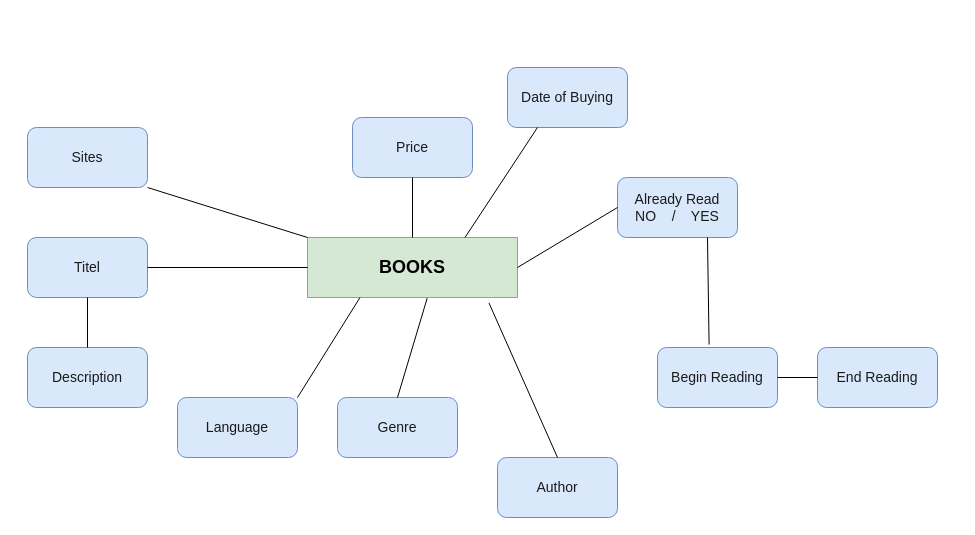
Before: page "Page-2" (2 of 3) of Home_Library.drawio in Queeen520/DATABASE_PLANNING, a draw.io diagram. Source tidied: cells renumbered, new cells numbered last; positions are measured from the earlier drawing's top-left corner, leaving out a move shared by most shapes. Both pictures are drawn from the tidied source at 100%, with x=0, y=0 at pixel (27, 67).
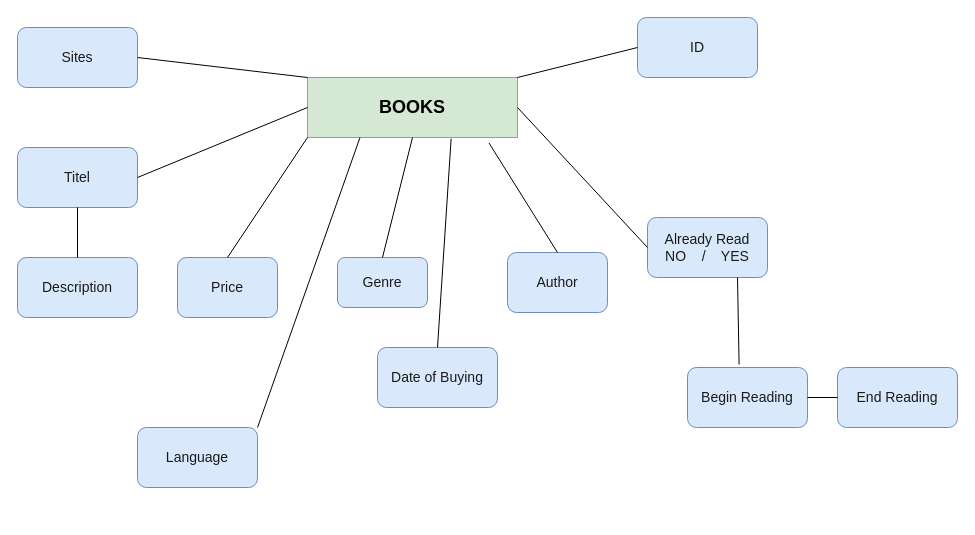
Above is the later version.

What changed in the source:
```diff
@@
     <mxCell id="2" value="&lt;font color=&quot;#1a1a1a&quot; style=&quot;font-size: 14px&quot;&gt;Titel&lt;/font&gt;" style="rounded=1;whiteSpace=wrap;html=1;fontSize=12;fillColor=#dae8fc;strokeColor=#6c8ebf;" parent="1" vertex="1">
-      <mxGeometry y="170" width="120" height="60" as="geometry" />
+      <mxGeometry x="-10" y="80" width="120" height="60" as="geometry" />
     </mxCell>
     <mxCell id="3" value="&lt;font color=&quot;#1a1a1a&quot; style=&quot;font-size: 14px&quot;&gt;Genre&lt;/font&gt;" style="rounded=1;whiteSpace=wrap;html=1;fontSize=12;fillColor=#dae8fc;strokeColor=#6c8ebf;" parent="1" vertex="1">
-      <mxGeometry x="310" y="330" width="120" height="60" as="geometry" />
+      <mxGeometry x="310" y="190" width="90" height="50" as="geometry" />
     </mxCell>
     <mxCell id="4" value="&lt;font color=&quot;#1a1a1a&quot; style=&quot;font-size: 14px&quot;&gt;Sites&lt;/font&gt;" style="rounded=1;whiteSpace=wrap;html=1;fontSize=12;fillColor=#dae8fc;strokeColor=#6c8ebf;" parent="1" vertex="1">
-      <mxGeometry y="60" width="120" height="60" as="geometry" />
+      <mxGeometry x="-10" y="-40" width="120" height="60" as="geometry" />
     </mxCell>
     <mxCell id="5" value="&lt;font color=&quot;#1a1a1a&quot;&gt;&lt;span style=&quot;font-size: 14px&quot;&gt;Language&lt;/span&gt;&lt;/font&gt;" style="rounded=1;whiteSpace=wrap;html=1;fontSize=12;fillColor=#dae8fc;strokeColor=#6c8ebf;" parent="1" vertex="1">
-      <mxGeometry x="150" y="330" width="120" height="60" as="geometry" />
+      <mxGeometry x="110" y="360" width="120" height="60" as="geometry" />
     </mxCell>
     <mxCell id="6" value="&lt;font color=&quot;#1a1a1a&quot; style=&quot;font-size: 14px&quot;&gt;Author&lt;/font&gt;" style="rounded=1;whiteSpace=wrap;html=1;fontSize=12;fillColor=#dae8fc;strokeColor=#6c8ebf;" parent="1" vertex="1">
-      <mxGeometry x="470" y="390" width="120" height="60" as="geometry" />
+      <mxGeometry x="480" y="185" width="100" height="60" as="geometry" />
     </mxCell>
     <mxCell id="7" value="&lt;font color=&quot;#000000&quot; style=&quot;font-size: 18px&quot;&gt;&lt;b&gt;BOOKS&lt;/b&gt;&lt;/font&gt;" style="rounded=0;whiteSpace=wrap;html=1;fontSize=14;fillColor=#d5e8d4;strokeColor=#82b366;" parent="1" vertex="1">
-      <mxGeometry x="280" y="170" width="210" height="60" as="geometry" />
+      <mxGeometry x="280" y="10" width="210" height="60" as="geometry" />
     </mxCell>
     <mxCell id="8" value="&lt;font color=&quot;#1a1a1a&quot; style=&quot;font-size: 14px&quot;&gt;Date of Buying&lt;/font&gt;" style="rounded=1;whiteSpace=wrap;html=1;fontSize=12;fillColor=#dae8fc;strokeColor=#6c8ebf;" parent="1" vertex="1">
-      <mxGeometry x="480" width="120" height="60" as="geometry" />
+      <mxGeometry x="350" y="280" width="120" height="60" as="geometry" />
     </mxCell>
     <mxCell id="9" value="&lt;font color=&quot;#1a1a1a&quot; style=&quot;font-size: 14px&quot;&gt;Already Read&lt;br&gt;NO&amp;nbsp; &amp;nbsp; /&amp;nbsp; &amp;nbsp; YES&lt;br&gt;&lt;/font&gt;" style="rounded=1;whiteSpace=wrap;html=1;fontSize=12;fillColor=#dae8fc;strokeColor=#6c8ebf;" parent="1" vertex="1">
-      <mxGeometry x="590" y="110" width="120" height="60" as="geometry" />
+      <mxGeometry x="620" y="150" width="120" height="60" as="geometry" />
     </mxCell>
     <mxCell id="10" value="&lt;font color=&quot;#1a1a1a&quot; style=&quot;font-size: 14px&quot;&gt;Begin Reading&lt;/font&gt;" style="rounded=1;whiteSpace=wrap;html=1;fontSize=12;fillColor=#dae8fc;strokeColor=#6c8ebf;" parent="1" vertex="1">
-      <mxGeometry x="630" y="280" width="120" height="60" as="geometry" />
+      <mxGeometry x="660" y="300" width="120" height="60" as="geometry" />
     </mxCell>
     <mxCell id="11" value="&lt;font color=&quot;#1a1a1a&quot; style=&quot;font-size: 14px&quot;&gt;End Reading&lt;/font&gt;" style="rounded=1;whiteSpace=wrap;html=1;fontSize=12;fillColor=#dae8fc;strokeColor=#6c8ebf;" parent="1" vertex="1">
-      <mxGeometry x="790" y="280" width="120" height="60" as="geometry" />
+      <mxGeometry x="810" y="300" width="120" height="60" as="geometry" />
     </mxCell>
     <mxCell id="12" value="&lt;font color=&quot;#1a1a1a&quot; style=&quot;font-size: 14px&quot;&gt;Price&lt;/font&gt;" style="rounded=1;whiteSpace=wrap;html=1;fontSize=12;fillColor=#dae8fc;strokeColor=#6c8ebf;" parent="1" vertex="1">
-      <mxGeometry x="325" y="50" width="120" height="60" as="geometry" />
+      <mxGeometry x="150" y="190" width="100" height="60" as="geometry" />
     </mxCell>
     <mxCell id="13" value="&lt;font color=&quot;#1a1a1a&quot; style=&quot;font-size: 14px&quot;&gt;Description&lt;/font&gt;" style="rounded=1;whiteSpace=wrap;html=1;fontSize=12;fillColor=#dae8fc;strokeColor=#6c8ebf;" parent="1" vertex="1">
-      <mxGeometry y="280" width="120" height="60" as="geometry" />
+      <mxGeometry x="-10" y="190" width="120" height="60" as="geometry" />
     </mxCell>
@@
-    <mxCell id="16" style="endArrow=none;html=1;fontSize=18;fontColor=#000000;entryX=0;entryY=0;entryDx=0;entryDy=0;exitX=1;exitY=1;exitDx=0;exitDy=0;" parent="1" edge="1" source="4" target="7">
+    <mxCell id="16" style="endArrow=none;html=1;fontSize=18;fontColor=#000000;entryX=0;entryY=0;entryDx=0;entryDy=0;exitX=1;exitY=0.5;exitDx=0;exitDy=0;" parent="1" edge="1" source="4" target="7">
       <mxGeometry relative="1" as="geometry" />
     </mxCell>
-    <mxCell id="17" style="endArrow=none;html=1;fontSize=18;fontColor=#000000;entryX=0.5;entryY=0;entryDx=0;entryDy=0;exitX=0.5;exitY=1;exitDx=0;exitDy=0;" parent="1" edge="1" source="12" target="7">
-      <mxGeometry relative="1" as="geometry" />
-    </mxCell>
-    <mxCell id="18" style="endArrow=none;html=1;fontSize=18;fontColor=#000000;entryX=0.75;entryY=0;entryDx=0;entryDy=0;exitX=0.25;exitY=1;exitDx=0;exitDy=0;" parent="1" edge="1" source="8" target="7">
-      <mxGeometry relative="1" as="geometry" />
-    </mxCell>
@@
-    <mxCell id="23" style="endArrow=none;html=1;fontSize=18;fontColor=#000000;entryX=0.57;entryY=1.011;entryDx=0;entryDy=0;entryPerimeter=0;exitX=0.5;exitY=0;exitDx=0;exitDy=0;" parent="1" edge="1" source="3" target="7">
+    <mxCell id="23" style="endArrow=none;html=1;fontSize=18;fontColor=#000000;entryX=0.5;entryY=1;entryDx=0;entryDy=0;exitX=0.5;exitY=0;exitDx=0;exitDy=0;" parent="1" edge="1" source="3" target="7">
       <mxGeometry relative="1" as="geometry" />
     </mxCell>
@@
+    <mxCell id="25" value="&lt;font color=&quot;#1a1a1a&quot; style=&quot;font-size: 14px&quot;&gt;ID&lt;/font&gt;" style="rounded=1;whiteSpace=wrap;html=1;fontSize=12;fillColor=#dae8fc;strokeColor=#6c8ebf;" parent="1" vertex="1">
+      <mxGeometry x="610" y="-50" width="120" height="60" as="geometry" />
+    </mxCell>
+    <mxCell id="26" style="endArrow=none;html=1;fontSize=18;fontColor=#000000;entryX=0.5;entryY=0;entryDx=0;entryDy=0;exitX=0.684;exitY=1.02;exitDx=0;exitDy=0;exitPerimeter=0;" parent="1" edge="1" source="7" target="8">
+      <mxGeometry relative="1" as="geometry" />
+    </mxCell>
+    <mxCell id="27" style="endArrow=none;html=1;fontSize=18;fontColor=#000000;entryX=0.5;entryY=0;entryDx=0;entryDy=0;exitX=0;exitY=1;exitDx=0;exitDy=0;" parent="1" edge="1" source="7" target="12">
+      <mxGeometry relative="1" as="geometry" />
+    </mxCell>
+    <mxCell id="28" style="endArrow=none;html=1;fontSize=18;fontColor=#000000;entryX=0;entryY=0.5;entryDx=0;entryDy=0;exitX=1;exitY=0;exitDx=0;exitDy=0;" parent="1" edge="1" source="7" target="25">
+      <mxGeometry relative="1" as="geometry" />
+    </mxCell>
```
